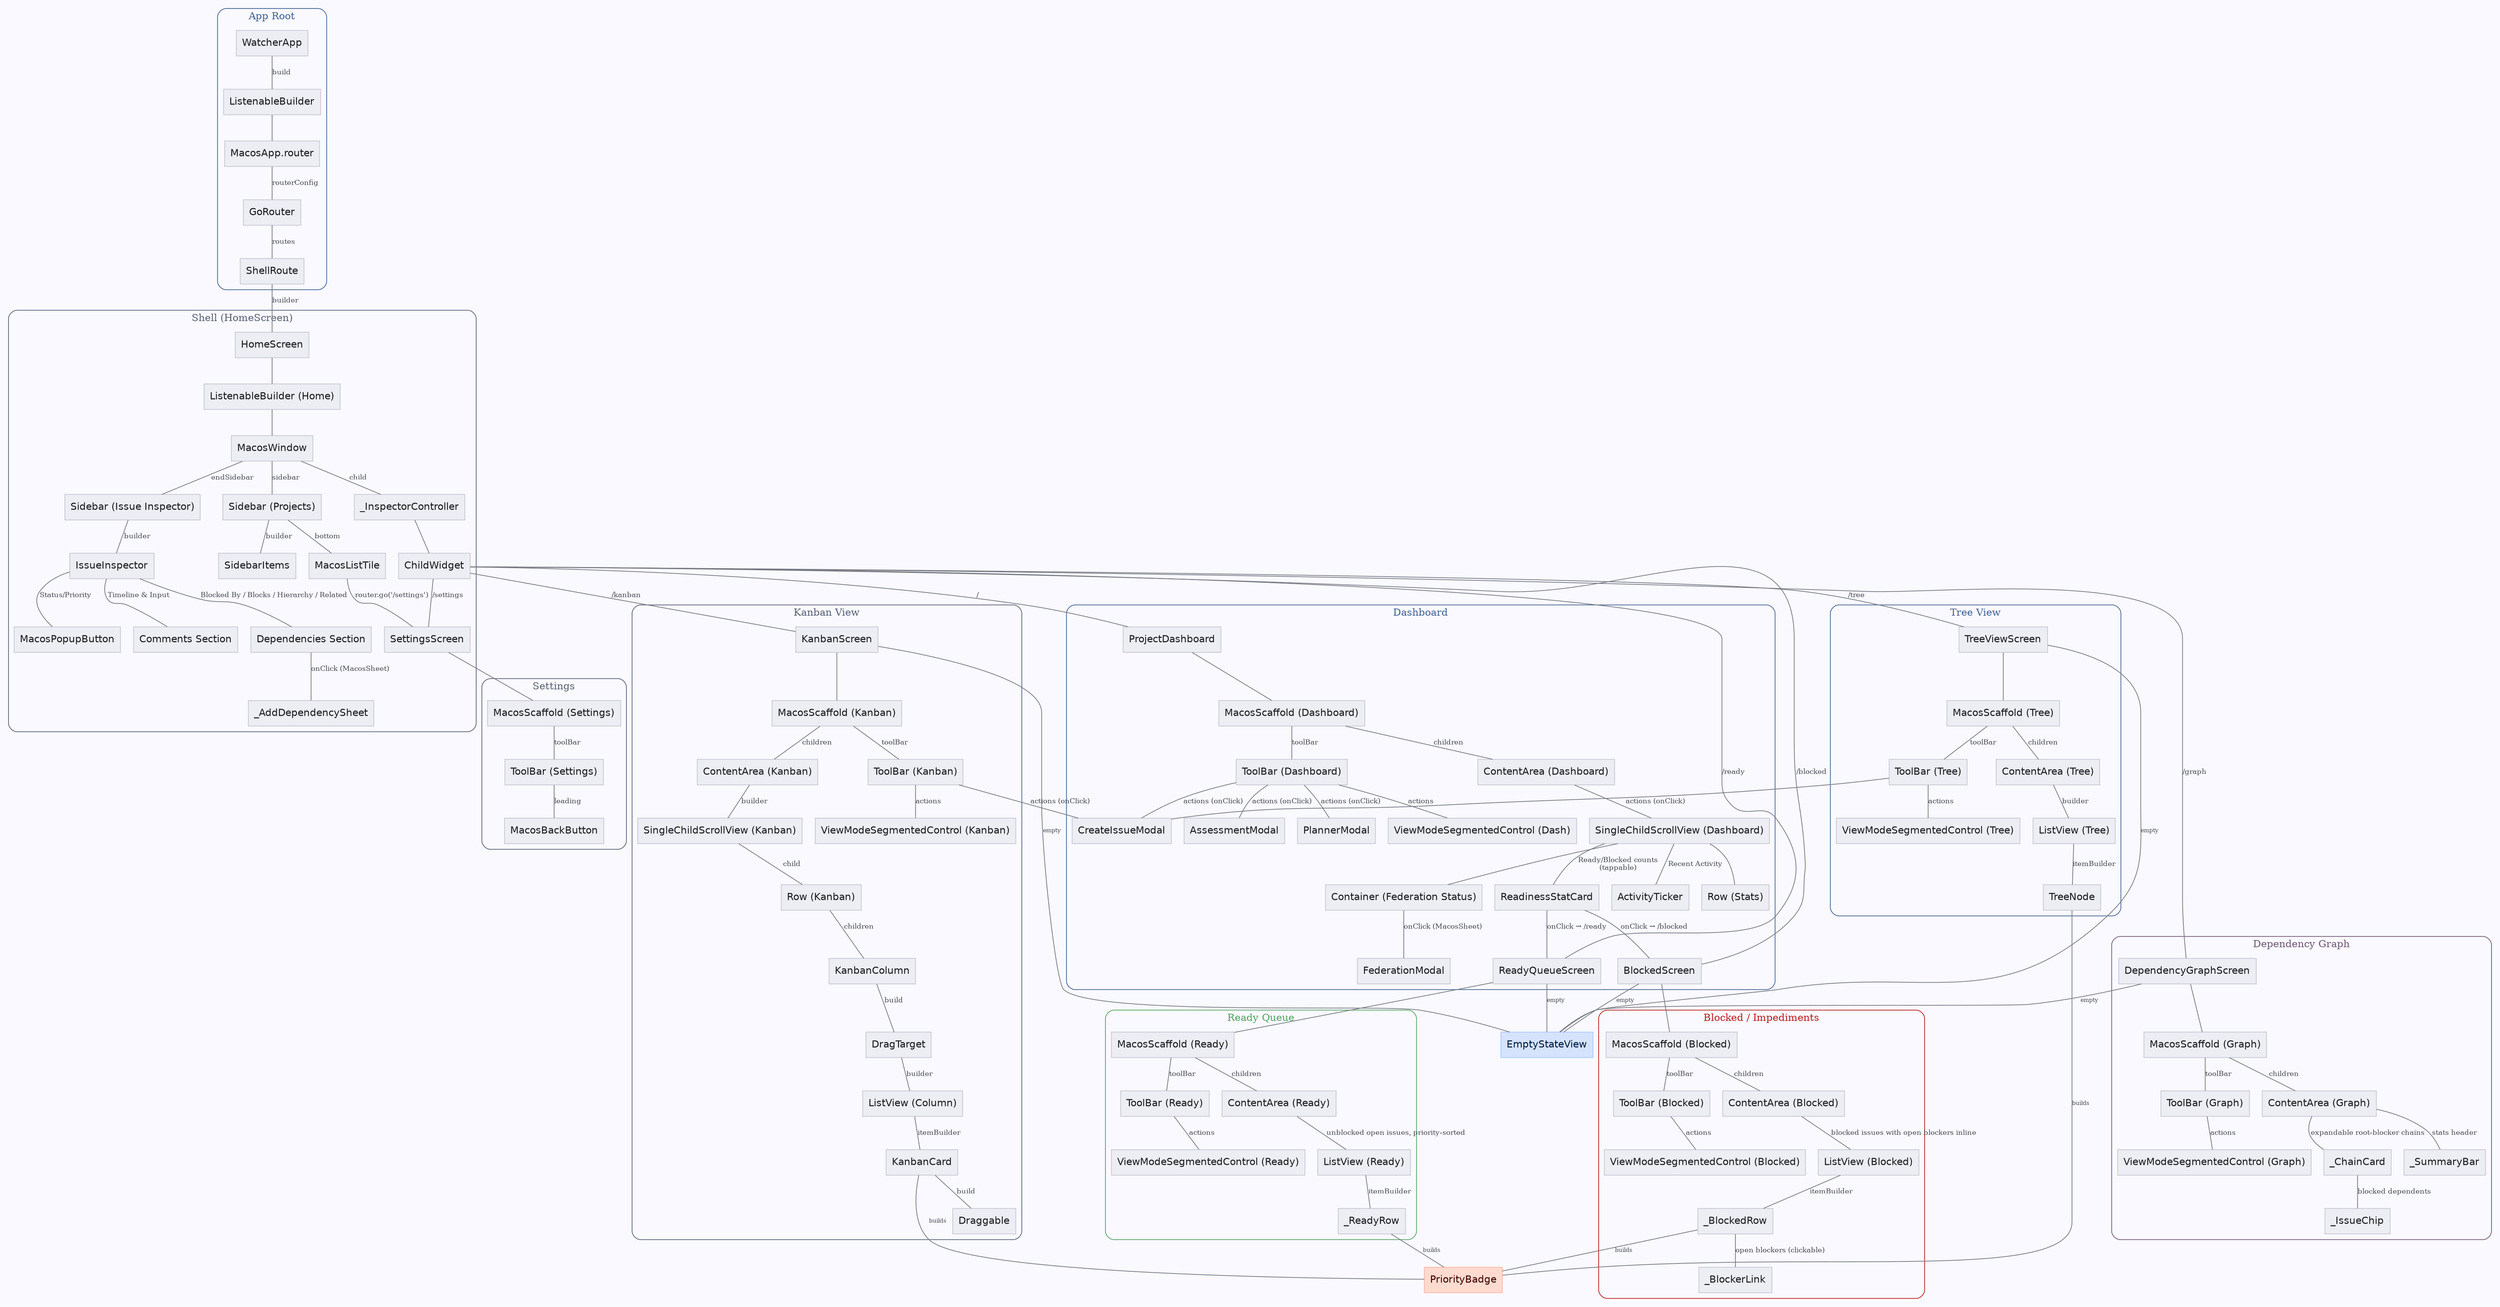
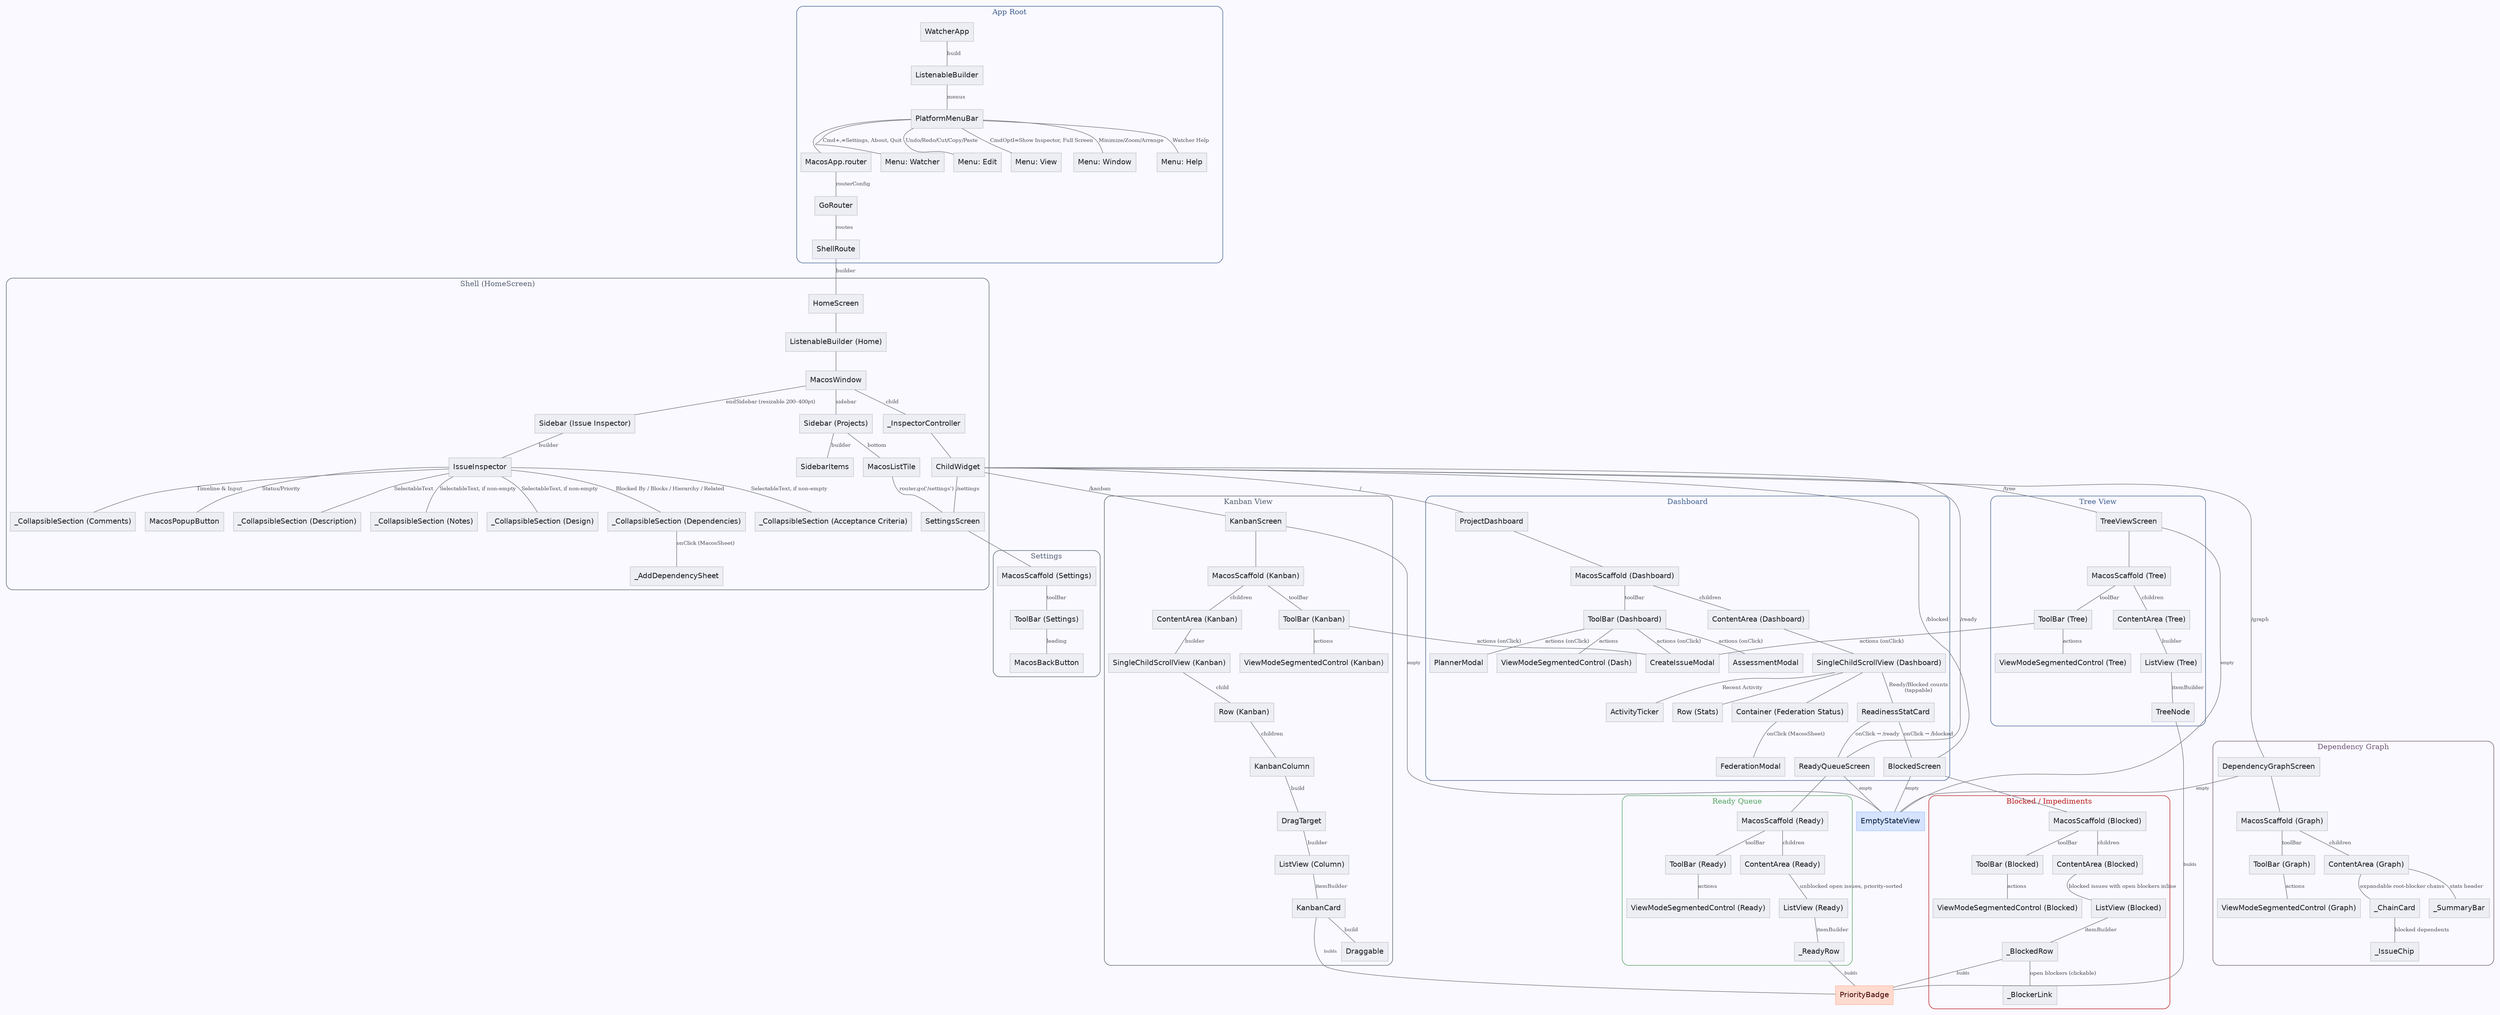
digraph G {
    node [shape=box, style=filled, fillcolor="#EDEDF4", color="#C4C6D0", fontname="Helvetica", fontcolor="#191C20"];
    edge [dir=none, color="#74777F"];
    bgcolor="#F9F9FF";

    PriorityBadge [shape=box, style=filled, fillcolor="#FFDBCF", color="#FFB4A2", fontname="Helvetica", fontcolor="#410002"];
    EmptyStateView [shape=box, style=filled, fillcolor="#D6E3FF", color="#A8C7FA", fontname="Helvetica", fontcolor="#001B3D"];

    subgraph cluster_app {
        label="App Root";
        style=rounded;
        color="#415F91";
        fontcolor="#415F91";

        WatcherApp -> ListenableBuilder [label="build", fontcolor="#44474E", fontsize=10];
-         ListenableBuilder -> "MacosApp.router";
+         ListenableBuilder -> PlatformMenuBar [label="menus", fontcolor="#44474E", fontsize=10];
+         PlatformMenuBar -> "MacosApp.router";
        "MacosApp.router" -> GoRouter [label="routerConfig", fontcolor="#44474E", fontsize=10];
        GoRouter -> ShellRoute [label="routes", fontcolor="#44474E", fontsize=10];
+         PlatformMenuBar -> "Menu: Watcher" [label="Cmd+,=Settings, About, Quit", fontcolor="#44474E", fontsize=10];
+         PlatformMenuBar -> "Menu: Edit" [label="Undo/Redo/Cut/Copy/Paste", fontcolor="#44474E", fontsize=10];
+         PlatformMenuBar -> "Menu: View" [label="CmdOptI=Show Inspector, Full Screen", fontcolor="#44474E", fontsize=10];
+         PlatformMenuBar -> "Menu: Window" [label="Minimize/Zoom/Arrange", fontcolor="#44474E", fontsize=10];
+         PlatformMenuBar -> "Menu: Help" [label="Watcher Help", fontcolor="#44474E", fontsize=10];
    }

    subgraph cluster_shell {
        label="Shell (HomeScreen)";
        style=rounded;
        color="#565F71";
        fontcolor="#565F71";

        ShellRoute -> HomeScreen [label="builder", fontcolor="#44474E", fontsize=10];
        HomeScreen -> "ListenableBuilder (Home)";
        "ListenableBuilder (Home)" -> MacosWindow;

        MacosWindow -> "Sidebar (Projects)" [label="sidebar", fontcolor="#44474E", fontsize=10];
        "Sidebar (Projects)" -> SidebarItems [label="builder", fontcolor="#44474E", fontsize=10];
        "Sidebar (Projects)" -> MacosListTile [label="bottom", fontcolor="#44474E", fontsize=10];
        MacosListTile -> SettingsScreen [label="router.go('/settings')", fontcolor="#44474E", fontsize=10];

-         MacosWindow -> "Sidebar (Issue Inspector)" [label="endSidebar", fontcolor="#44474E", fontsize=10];
+         MacosWindow -> "Sidebar (Issue Inspector)" [label="endSidebar (resizable 200–400pt)", fontcolor="#44474E", fontsize=10];
        "Sidebar (Issue Inspector)" -> IssueInspector [label="builder", fontcolor="#44474E", fontsize=10];
        IssueInspector -> MacosPopupButton [label="Status/Priority", fontcolor="#44474E", fontsize=10];
-         IssueInspector -> "Dependencies Section" [label="Blocked By / Blocks / Hierarchy / Related", fontcolor="#44474E", fontsize=10];
-         "Dependencies Section" -> _AddDependencySheet [label="onClick (MacosSheet)", fontcolor="#44474E", fontsize=10];
-         IssueInspector -> "Comments Section" [label="Timeline & Input", fontcolor="#44474E", fontsize=10];
+         IssueInspector -> "_CollapsibleSection (Dependencies)" [label="Blocked By / Blocks / Hierarchy / Related", fontcolor="#44474E", fontsize=10];
+         "_CollapsibleSection (Dependencies)" -> _AddDependencySheet [label="onClick (MacosSheet)", fontcolor="#44474E", fontsize=10];
+         IssueInspector -> "_CollapsibleSection (Description)" [label="SelectableText", fontcolor="#44474E", fontsize=10];
+         IssueInspector -> "_CollapsibleSection (Notes)" [label="SelectableText, if non-empty", fontcolor="#44474E", fontsize=10];
+         IssueInspector -> "_CollapsibleSection (Design)" [label="SelectableText, if non-empty", fontcolor="#44474E", fontsize=10];
+         IssueInspector -> "_CollapsibleSection (Acceptance Criteria)" [label="SelectableText, if non-empty", fontcolor="#44474E", fontsize=10];
+         IssueInspector -> "_CollapsibleSection (Comments)" [label="Timeline & Input", fontcolor="#44474E", fontsize=10];

        MacosWindow -> _InspectorController [label="child", fontcolor="#44474E", fontsize=10];
        _InspectorController -> ChildWidget;
    }

    ChildWidget -> ProjectDashboard [label="/", fontcolor="#44474E", fontsize=10];
    ChildWidget -> TreeViewScreen [label="/tree", fontcolor="#44474E", fontsize=10];
    ChildWidget -> KanbanScreen [label="/kanban", fontcolor="#44474E", fontsize=10];
    ChildWidget -> ReadyQueueScreen [label="/ready", fontcolor="#44474E", fontsize=10];
    ChildWidget -> BlockedScreen [label="/blocked", fontcolor="#44474E", fontsize=10];
    ChildWidget -> DependencyGraphScreen [label="/graph", fontcolor="#44474E", fontsize=10];
    ChildWidget -> SettingsScreen [label="/settings", fontcolor="#44474E", fontsize=10];

    subgraph cluster_dashboard {
        label="Dashboard";
        style=rounded;
        color="#415F91";
        fontcolor="#415F91";

        ProjectDashboard -> "MacosScaffold (Dashboard)";
        "MacosScaffold (Dashboard)" -> "ToolBar (Dashboard)" [label="toolBar", fontcolor="#44474E", fontsize=10];
        "MacosScaffold (Dashboard)" -> "ContentArea (Dashboard)" [label="children", fontcolor="#44474E", fontsize=10];
        "ContentArea (Dashboard)" -> "SingleChildScrollView (Dashboard)";
        "SingleChildScrollView (Dashboard)" -> "Row (Stats)";
        "SingleChildScrollView (Dashboard)" -> "ReadinessStatCard" [label="Ready/Blocked counts\n(tappable)", fontcolor="#44474E", fontsize=10];
        "ReadinessStatCard" -> ReadyQueueScreen [label="onClick → /ready", fontcolor="#44474E", fontsize=10];
        "ReadinessStatCard" -> BlockedScreen [label="onClick → /blocked", fontcolor="#44474E", fontsize=10];
        "SingleChildScrollView (Dashboard)" -> "Container (Federation Status)";
        "Container (Federation Status)" -> FederationModal [label="onClick (MacosSheet)", fontcolor="#44474E", fontsize=10];
        "SingleChildScrollView (Dashboard)" -> ActivityTicker [label="Recent Activity", fontcolor="#44474E", fontsize=10];
        "ToolBar (Dashboard)" -> "ViewModeSegmentedControl (Dash)" [label="actions", fontcolor="#44474E", fontsize=10];
        "ToolBar (Dashboard)" -> CreateIssueModal [label="actions (onClick)", fontcolor="#44474E", fontsize=10];
        "ToolBar (Dashboard)" -> AssessmentModal [label="actions (onClick)", fontcolor="#44474E", fontsize=10];
        "ToolBar (Dashboard)" -> PlannerModal [label="actions (onClick)", fontcolor="#44474E", fontsize=10];
    }

    subgraph cluster_ready {
        label="Ready Queue";
        style=rounded;
        color="#51A15E";
        fontcolor="#51A15E";

        ReadyQueueScreen -> "MacosScaffold (Ready)";
        "MacosScaffold (Ready)" -> "ToolBar (Ready)" [label="toolBar", fontcolor="#44474E", fontsize=10];
        "MacosScaffold (Ready)" -> "ContentArea (Ready)" [label="children", fontcolor="#44474E", fontsize=10];
        "ContentArea (Ready)" -> "ListView (Ready)" [label="unblocked open issues, priority-sorted", fontcolor="#44474E", fontsize=10];
        "ListView (Ready)" -> _ReadyRow [label="itemBuilder", fontcolor="#44474E", fontsize=10];
        "ToolBar (Ready)" -> "ViewModeSegmentedControl (Ready)" [label="actions", fontcolor="#44474E", fontsize=10];
    }

    subgraph cluster_blocked {
        label="Blocked / Impediments";
        style=rounded;
        color="#BA1A1A";
        fontcolor="#BA1A1A";

        BlockedScreen -> "MacosScaffold (Blocked)";
        "MacosScaffold (Blocked)" -> "ToolBar (Blocked)" [label="toolBar", fontcolor="#44474E", fontsize=10];
        "MacosScaffold (Blocked)" -> "ContentArea (Blocked)" [label="children", fontcolor="#44474E", fontsize=10];
        "ContentArea (Blocked)" -> "ListView (Blocked)" [label="blocked issues with open blockers inline", fontcolor="#44474E", fontsize=10];
        "ListView (Blocked)" -> _BlockedRow [label="itemBuilder", fontcolor="#44474E", fontsize=10];
        _BlockedRow -> _BlockerLink [label="open blockers (clickable)", fontcolor="#44474E", fontsize=10];
        "ToolBar (Blocked)" -> "ViewModeSegmentedControl (Blocked)" [label="actions", fontcolor="#44474E", fontsize=10];
    }

    subgraph cluster_graph {
        label="Dependency Graph";
        style=rounded;
        color="#705575";
        fontcolor="#705575";

        DependencyGraphScreen -> "MacosScaffold (Graph)";
        "MacosScaffold (Graph)" -> "ToolBar (Graph)" [label="toolBar", fontcolor="#44474E", fontsize=10];
        "MacosScaffold (Graph)" -> "ContentArea (Graph)" [label="children", fontcolor="#44474E", fontsize=10];
        "ContentArea (Graph)" -> _SummaryBar [label="stats header", fontcolor="#44474E", fontsize=10];
        "ContentArea (Graph)" -> _ChainCard [label="expandable root-blocker chains", fontcolor="#44474E", fontsize=10];
        _ChainCard -> _IssueChip [label="blocked dependents", fontcolor="#44474E", fontsize=10];
        "ToolBar (Graph)" -> "ViewModeSegmentedControl (Graph)" [label="actions", fontcolor="#44474E", fontsize=10];
    }

    subgraph cluster_settings {
        label="Settings";
        style=rounded;
        color="#565F71";
        fontcolor="#565F71";

        SettingsScreen -> "MacosScaffold (Settings)";
        "MacosScaffold (Settings)" -> "ToolBar (Settings)" [label="toolBar", fontcolor="#44474E", fontsize=10];
        "ToolBar (Settings)" -> MacosBackButton [label="leading", fontcolor="#44474E", fontsize=10];
    }

    subgraph cluster_tree {
        label="Tree View";
        style=rounded;
        color="#415F91";
        fontcolor="#415F91";

        TreeViewScreen -> "MacosScaffold (Tree)";
        "MacosScaffold (Tree)" -> "ToolBar (Tree)" [label="toolBar", fontcolor="#44474E", fontsize=10];
        "MacosScaffold (Tree)" -> "ContentArea (Tree)" [label="children", fontcolor="#44474E", fontsize=10];
        "ContentArea (Tree)" -> "ListView (Tree)" [label="builder", fontcolor="#44474E", fontsize=10];
        "ListView (Tree)" -> TreeNode [label="itemBuilder", fontcolor="#44474E", fontsize=10];
        "ToolBar (Tree)" -> "ViewModeSegmentedControl (Tree)" [label="actions", fontcolor="#44474E", fontsize=10];
        "ToolBar (Tree)" -> CreateIssueModal [label="actions (onClick)", fontcolor="#44474E", fontsize=10];
    }

    subgraph cluster_kanban {
        label="Kanban View";
        style=rounded;
        color="#565F71";
        fontcolor="#565F71";

        KanbanScreen -> "MacosScaffold (Kanban)";
        "MacosScaffold (Kanban)" -> "ToolBar (Kanban)" [label="toolBar", fontcolor="#44474E", fontsize=10];
        "MacosScaffold (Kanban)" -> "ContentArea (Kanban)" [label="children", fontcolor="#44474E", fontsize=10];
        "ContentArea (Kanban)" -> "SingleChildScrollView (Kanban)" [label="builder", fontcolor="#44474E", fontsize=10];
        "SingleChildScrollView (Kanban)" -> "Row (Kanban)" [label="child", fontcolor="#44474E", fontsize=10];
        "Row (Kanban)" -> KanbanColumn [label="children", fontcolor="#44474E", fontsize=10];
        KanbanColumn -> DragTarget [label="build", fontcolor="#44474E", fontsize=10];
        DragTarget -> "ListView (Column)" [label="builder", fontcolor="#44474E", fontsize=10];
        "ListView (Column)" -> KanbanCard [label="itemBuilder", fontcolor="#44474E", fontsize=10];
        KanbanCard -> Draggable [label="build", fontcolor="#44474E", fontsize=10];
        "ToolBar (Kanban)" -> "ViewModeSegmentedControl (Kanban)" [label="actions", fontcolor="#44474E", fontsize=10];
        "ToolBar (Kanban)" -> CreateIssueModal [label="actions (onClick)", fontcolor="#44474E", fontsize=10];
    }

    TreeNode -> PriorityBadge [label="builds", fontcolor="#44474E", fontsize=8];
    KanbanCard -> PriorityBadge [label="builds", fontcolor="#44474E", fontsize=8];
    _ReadyRow -> PriorityBadge [label="builds", fontcolor="#44474E", fontsize=8];
    _BlockedRow -> PriorityBadge [label="builds", fontcolor="#44474E", fontsize=8];

    TreeViewScreen -> EmptyStateView [label="empty", fontcolor="#44474E", fontsize=8];
    KanbanScreen -> EmptyStateView [label="empty", fontcolor="#44474E", fontsize=8];
    ReadyQueueScreen -> EmptyStateView [label="empty", fontcolor="#44474E", fontsize=8];
    BlockedScreen -> EmptyStateView [label="empty", fontcolor="#44474E", fontsize=8];
    DependencyGraphScreen -> EmptyStateView [label="empty", fontcolor="#44474E", fontsize=8];
}